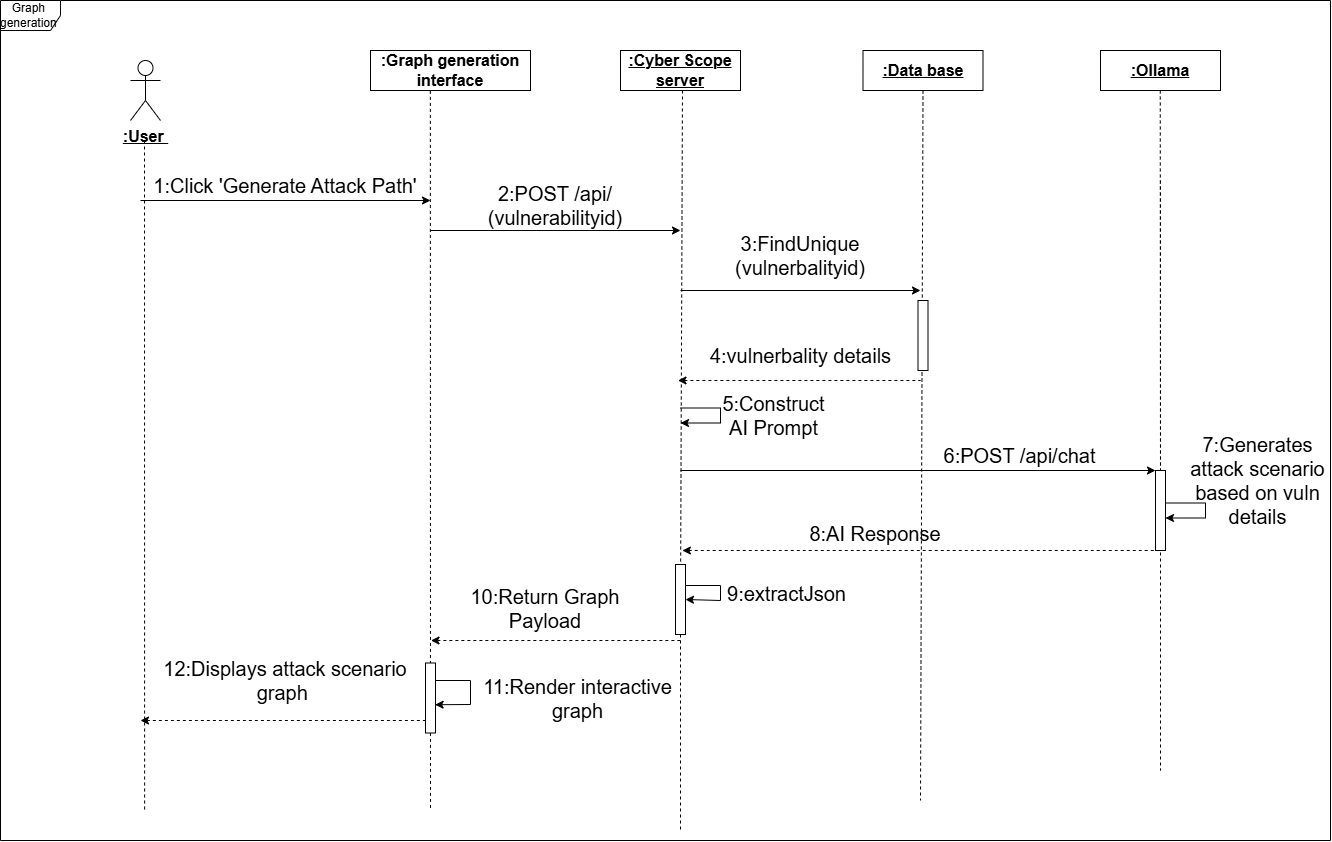
guizanimohamed23/report keeps this draw.io diagram as uploads/diagrams/sprint3 sequence.drawio.png. Above is the earlier version. Source tidied: cells renumbered, new cells last; positions are measured from the earlier drawing's top-left corner, leaving out a move shared by most shapes.
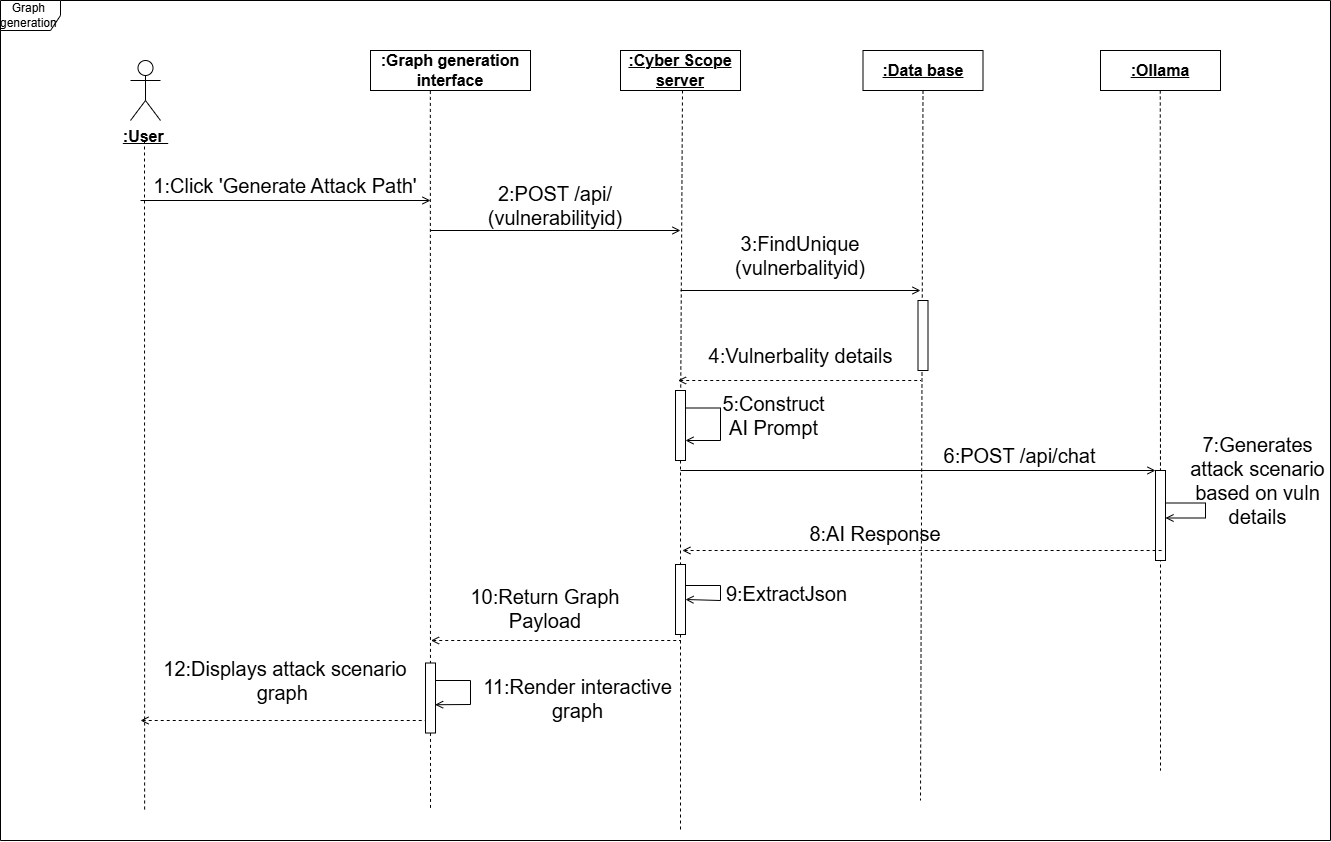
After the commit.

Diff of the diagram source:
```diff
@@ -47,19 +47,19 @@
     <mxCell id="12" value="Graph&amp;nbsp; generation&amp;nbsp;" style="shape=umlFrame;whiteSpace=wrap;html=1;" parent="1" vertex="1">
       <mxGeometry width="1330" height="840" as="geometry" />
     </mxCell>
-    <mxCell id="13" style="endArrow=classic;html=1;rounded=0;strokeWidth=1;startArrow=none;startFill=0;" parent="1" edge="1">
+    <mxCell id="13" style="endArrow=open;html=1;rounded=0;strokeWidth=1;startArrow=none;startFill=0;endFill=0;" parent="1" edge="1">
       <mxGeometry relative="1" as="geometry">
         <mxPoint x="140" y="200" as="sourcePoint" />
         <mxPoint x="430" y="200" as="targetPoint" />
       </mxGeometry>
     </mxCell>
-    <mxCell id="14" style="endArrow=classic;html=1;rounded=0;strokeWidth=1;startArrow=none;startFill=0;" parent="1" edge="1">
+    <mxCell id="14" style="endArrow=open;html=1;rounded=0;strokeWidth=1;startArrow=none;startFill=0;endFill=0;" parent="1" edge="1">
       <mxGeometry relative="1" as="geometry">
         <mxPoint x="430" y="230" as="sourcePoint" />
         <mxPoint x="680" y="230" as="targetPoint" />
       </mxGeometry>
     </mxCell>
-    <mxCell id="15" style="endArrow=classic;html=1;rounded=0;strokeWidth=1;startArrow=none;startFill=0;" parent="1" edge="1">
+    <mxCell id="15" style="endArrow=open;html=1;rounded=0;strokeWidth=1;startArrow=none;startFill=0;endFill=0;" parent="1" edge="1">
       <mxGeometry relative="1" as="geometry">
         <mxPoint x="680" y="290" as="sourcePoint" />
         <mxPoint x="920" y="290" as="targetPoint" />
@@ -77,29 +77,29 @@
     <mxCell id="19" style="rounded=0;whiteSpace=wrap;html=1;direction=south;" parent="1" vertex="1">
       <mxGeometry x="917.5" y="300" width="10" height="70" as="geometry" />
     </mxCell>
-    <mxCell id="20" style="endArrow=none;html=1;rounded=0;strokeWidth=1;startArrow=classic;startFill=1;endFill=0;dashed=1;" parent="1" edge="1">
+    <mxCell id="20" style="endArrow=none;html=1;rounded=0;strokeWidth=1;startArrow=open;startFill=0;endFill=0;dashed=1;" parent="1" edge="1">
       <mxGeometry relative="1" as="geometry">
         <mxPoint x="677.5" y="380" as="sourcePoint" />
         <mxPoint x="920" y="380" as="targetPoint" />
       </mxGeometry>
     </mxCell>
-    <mxCell id="21" value="&lt;font style=&quot;font-size: 20px;&quot;&gt;4:vulnerbality details&lt;/font&gt;" style="text;html=1;whiteSpace=wrap;strokeColor=none;fillColor=none;align=center;verticalAlign=middle;rounded=0;" parent="1" vertex="1">
+    <mxCell id="21" value="&lt;font style=&quot;font-size: 20px;&quot;&gt;4:Vulnerbality details&lt;/font&gt;" style="text;html=1;whiteSpace=wrap;strokeColor=none;fillColor=none;align=center;verticalAlign=middle;rounded=0;" parent="1" vertex="1">
       <mxGeometry x="702.5" y="340" width="195" height="30" as="geometry" />
     </mxCell>
     <mxCell id="22" value="&lt;font style=&quot;font-size: 20px;&quot;&gt;5:Construct AI Prompt&lt;/font&gt;" style="text;html=1;whiteSpace=wrap;strokeColor=none;fillColor=none;align=center;verticalAlign=middle;rounded=0;" parent="1" vertex="1">
       <mxGeometry x="730" y="400" width="87" height="30" as="geometry" />
     </mxCell>
-    <mxCell id="23" style="endArrow=classic;html=1;rounded=0;" parent="1" edge="1">
+    <mxCell id="23" style="endArrow=open;html=1;rounded=0;endFill=0;" parent="1" edge="1">
       <mxGeometry relative="1" as="geometry">
         <mxPoint x="680" y="407.5" as="sourcePoint" />
-        <mxPoint x="680" y="422.5" as="targetPoint" />
+        <mxPoint x="685" y="440" as="targetPoint" />
         <Array as="points">
           <mxPoint x="720" y="407.5" />
-          <mxPoint x="720" y="422.5" />
+          <mxPoint x="720" y="440" />
         </Array>
       </mxGeometry>
     </mxCell>
-    <mxCell id="24" style="endArrow=classic;html=1;rounded=0;strokeWidth=1;startArrow=none;startFill=0;entryX=0;entryY=1;entryDx=0;entryDy=0;" parent="1" edge="1" target="27">
+    <mxCell id="24" style="endArrow=open;html=1;rounded=0;strokeWidth=1;startArrow=none;startFill=0;entryX=0;entryY=1;entryDx=0;entryDy=0;endFill=0;" parent="1" edge="1" target="27">
       <mxGeometry relative="1" as="geometry">
         <mxPoint x="680" y="470" as="sourcePoint" />
       </mxGeometry>
@@ -113,9 +113,9 @@
       </mxGeometry>
     </mxCell>
     <mxCell id="27" style="rounded=0;whiteSpace=wrap;html=1;direction=south;" parent="1" vertex="1">
-      <mxGeometry x="1155" y="470" width="10" height="80" as="geometry" />
+      <mxGeometry x="1155" y="470" width="10" height="90" as="geometry" />
     </mxCell>
-    <mxCell id="28" value=" " style="endArrow=none;html=1;rounded=0;strokeWidth=1;startArrow=classic;startFill=1;endFill=0;dashed=1;" parent="1" edge="1">
+    <mxCell id="28" value=" " style="endArrow=none;html=1;rounded=0;strokeWidth=1;startArrow=open;startFill=0;endFill=0;dashed=1;" parent="1" edge="1">
       <mxGeometry relative="1" as="geometry">
         <mxPoint x="681.9" y="550" as="sourcePoint" />
         <mxPoint x="1163.1" y="550" as="targetPoint" />
@@ -124,7 +124,7 @@
     <mxCell id="29" value="&lt;font style=&quot;font-size: 20px;&quot;&gt;8:AI Response&lt;/font&gt;" style="text;html=1;whiteSpace=wrap;strokeColor=none;fillColor=none;align=center;verticalAlign=middle;rounded=0;" parent="1" vertex="1">
       <mxGeometry x="800" y="515" width="150" height="35" as="geometry" />
     </mxCell>
-    <mxCell id="30" style="endArrow=classic;html=1;rounded=0;entryX=0.5;entryY=0;entryDx=0;entryDy=0;" parent="1" edge="1" target="40">
+    <mxCell id="30" style="endArrow=open;html=1;rounded=0;entryX=0.5;entryY=0;entryDx=0;entryDy=0;endFill=0;" parent="1" edge="1" target="40">
       <mxGeometry relative="1" as="geometry">
         <mxPoint x="680" y="585" as="sourcePoint" />
         <Array as="points">
@@ -133,10 +133,10 @@
         </Array>
       </mxGeometry>
     </mxCell>
-    <mxCell id="31" value="&lt;font style=&quot;font-size: 20px;&quot;&gt;9:extractJson&lt;/font&gt;" style="text;html=1;whiteSpace=wrap;strokeColor=none;fillColor=none;align=center;verticalAlign=middle;rounded=0;" parent="1" vertex="1">
+    <mxCell id="31" value="&lt;font style=&quot;font-size: 20px;&quot;&gt;9:ExtractJson&lt;/font&gt;" style="text;html=1;whiteSpace=wrap;strokeColor=none;fillColor=none;align=center;verticalAlign=middle;rounded=0;" parent="1" vertex="1">
       <mxGeometry x="743" y="577.5" width="87" height="30" as="geometry" />
     </mxCell>
-    <mxCell id="32" style="endArrow=none;html=1;rounded=0;strokeWidth=1;startArrow=classic;startFill=1;endFill=0;dashed=1;" parent="1" edge="1">
+    <mxCell id="32" style="endArrow=none;html=1;rounded=0;strokeWidth=1;startArrow=open;startFill=0;endFill=0;dashed=1;" parent="1" edge="1">
       <mxGeometry relative="1" as="geometry">
         <mxPoint x="430.5" y="640" as="sourcePoint" />
         <mxPoint x="680" y="640" as="targetPoint" />
@@ -148,7 +148,7 @@
     <mxCell id="34" value="&lt;font style=&quot;font-size: 20px;&quot;&gt;11:Render interactive graph&lt;/font&gt;" style="text;html=1;whiteSpace=wrap;strokeColor=none;fillColor=none;align=center;verticalAlign=middle;rounded=0;" parent="1" vertex="1">
       <mxGeometry x="470" y="680" width="215" height="35" as="geometry" />
     </mxCell>
-    <mxCell id="35" value=" " style="endArrow=classic;html=1;rounded=0;entryX=0.596;entryY=0.039;entryDx=0;entryDy=0;entryPerimeter=0;" parent="1" edge="1" target="42">
+    <mxCell id="35" value=" " style="endArrow=open;html=1;rounded=0;entryX=0.596;entryY=0.039;entryDx=0;entryDy=0;entryPerimeter=0;endFill=0;" parent="1" edge="1" target="42">
       <mxGeometry relative="1" as="geometry">
         <mxPoint x="430" y="680" as="sourcePoint" />
         <Array as="points">
@@ -157,7 +157,7 @@
         </Array>
       </mxGeometry>
     </mxCell>
-    <mxCell id="36" style="endArrow=none;html=1;rounded=0;strokeWidth=1;startArrow=classic;startFill=1;endFill=0;dashed=1;" parent="1" edge="1">
+    <mxCell id="36" style="endArrow=none;html=1;rounded=0;strokeWidth=1;startArrow=open;startFill=0;endFill=0;dashed=1;" parent="1" edge="1">
       <mxGeometry relative="1" as="geometry">
         <mxPoint x="140" y="720" as="sourcePoint" />
         <mxPoint x="430" y="720" as="targetPoint" />
@@ -169,7 +169,7 @@
     <mxCell id="38" value="&lt;font style=&quot;font-size: 20px;&quot;&gt;7:Generates attack scenario based on vuln details&lt;/font&gt;" style="text;html=1;whiteSpace=wrap;strokeColor=none;fillColor=none;align=center;verticalAlign=middle;rounded=0;" parent="1" vertex="1">
       <mxGeometry x="1185" y="450" width="145" height="60" as="geometry" />
     </mxCell>
-    <mxCell id="39" style="endArrow=classic;html=1;rounded=0;" parent="1" edge="1">
+    <mxCell id="39" style="endArrow=open;html=1;rounded=0;endFill=0;" parent="1" edge="1">
       <mxGeometry relative="1" as="geometry">
         <mxPoint x="1165" y="502.5" as="sourcePoint" />
         <mxPoint x="1165" y="517.5" as="targetPoint" />
@@ -182,13 +182,19 @@
     <mxCell id="40" style="rounded=0;whiteSpace=wrap;html=1;direction=south;" parent="1" vertex="1">
       <mxGeometry x="675" y="564" width="10" height="70" as="geometry" />
     </mxCell>
-    <mxCell id="41" style="endArrow=none;html=1;rounded=0;dashed=1;endFill=0;" parent="1" edge="1" target="40">
-      <mxGeometry relative="1" as="geometry">
-        <mxPoint x="682" y="90" as="sourcePoint" />
-      </mxGeometry>
+    <mxCell id="41" style="endArrow=none;html=1;rounded=0;dashed=1;endFill=0;" parent="1" edge="1" source="44" target="40">
+      <mxGeometry relative="1" as="geometry" />
     </mxCell>
     <mxCell id="42" style="rounded=0;whiteSpace=wrap;html=1;direction=south;" parent="1" vertex="1">
       <mxGeometry x="425" y="662.5" width="10" height="70" as="geometry" />
     </mxCell>
+    <mxCell id="43" style="endArrow=none;html=1;rounded=0;dashed=1;endFill=0;" parent="1" edge="1" target="44">
+      <mxGeometry relative="1" as="geometry">
+        <mxPoint x="682" y="90" as="sourcePoint" />
+      </mxGeometry>
+    </mxCell>
+    <mxCell id="44" style="rounded=0;whiteSpace=wrap;html=1;direction=south;" parent="1" vertex="1">
+      <mxGeometry x="675" y="390" width="10" height="70" as="geometry" />
+    </mxCell>
   </root>
 </mxGraphModel>
```
